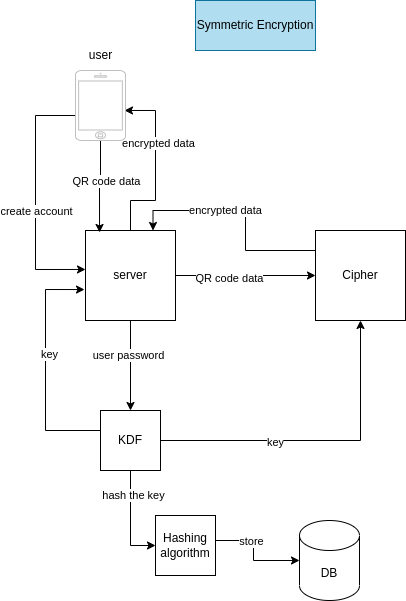
Earlier version of the draw.io export server-side-detailed.drawio.png (qpey/.github). Source tidied: cells renumbered, new cells last; positions are measured from the earlier drawing's top-left corner, leaving out a move shared by most shapes.
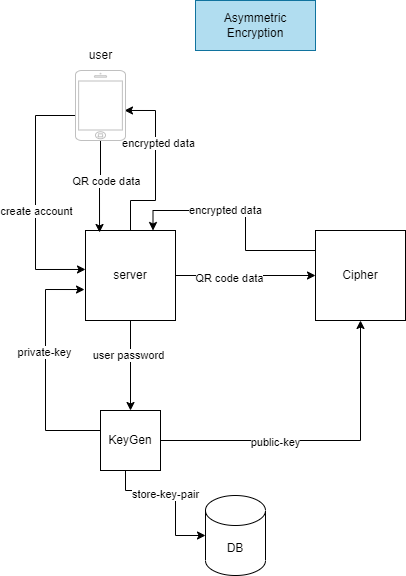
After the commit.

What changed in the source:
```diff
@@ -64,22 +64,30 @@
         </Array>
       </mxGeometry>
     </mxCell>
-    <mxCell id="16" value="key" style="edgeLabel;html=1;align=center;verticalAlign=middle;" parent="15" vertex="1">
-      <mxGeometry x="0.13" y="-3" relative="1" as="geometry" />
-    </mxCell>
+    <mxCell id="30" value="private-key" style="edgeLabel;html=1;align=center;verticalAlign=middle;" parent="15" vertex="1">
+      <mxGeometry x="0.2" y="2" relative="1" as="geometry">
+        <mxPoint y="7" as="offset" />
+      </mxGeometry>
+    </mxCell>
     <mxCell id="17" style="edgeStyle=orthogonalEdgeStyle;rounded=0;jettySize=auto;html=1;entryX=0.5;entryY=1;entryDx=0;entryDy=0;" parent="1" edge="1" source="21" target="24">
       <mxGeometry relative="1" as="geometry" />
     </mxCell>
-    <mxCell id="18" value="key" style="edgeLabel;html=1;align=center;verticalAlign=middle;" parent="17" vertex="1">
+    <mxCell id="18" value="public-key" style="edgeLabel;html=1;align=center;verticalAlign=middle;" parent="17" vertex="1">
       <mxGeometry x="-0.29" y="-1" relative="1" as="geometry" />
     </mxCell>
-    <mxCell id="19" style="edgeStyle=orthogonalEdgeStyle;rounded=0;jettySize=auto;html=1;entryX=0;entryY=0.5;entryDx=0;entryDy=0;" parent="1" edge="1" source="21" target="29">
-      <mxGeometry relative="1" as="geometry" />
-    </mxCell>
-    <mxCell id="20" value="hash the key" style="edgeLabel;html=1;align=center;verticalAlign=middle;" parent="19" vertex="1">
-      <mxGeometry x="-0.52" y="2" relative="1" as="geometry" />
-    </mxCell>
+    <mxCell id="31" style="edgeStyle=orthogonalEdgeStyle;rounded=0;jettySize=auto;html=1;entryX=0;entryY=0.5;entryDx=0;entryDy=0;entryPerimeter=0;" parent="1" edge="1" source="21" target="26">
+      <mxGeometry relative="1" as="geometry">
+        <Array as="points">
+          <mxPoint x="90" y="490" />
+          <mxPoint x="140" y="490" />
+          <mxPoint x="140" y="535" />
+        </Array>
+      </mxGeometry>
+    </mxCell>
+    <mxCell id="32" value="store-key-pair" style="edgeLabel;html=1;align=center;verticalAlign=middle;" parent="31" vertex="1">
+      <mxGeometry x="-0.19" y="-3" relative="1" as="geometry" />
+    </mxCell>
-    <mxCell id="21" value="KDF" style="whiteSpace=wrap;html=1;" parent="1" vertex="1">
+    <mxCell id="21" value="KeyGen" style="whiteSpace=wrap;html=1;" parent="1" vertex="1">
       <mxGeometry x="65" y="410" width="60" height="60" as="geometry" />
     </mxCell>
     <mxCell id="22" style="edgeStyle=orthogonalEdgeStyle;rounded=0;jettySize=auto;html=1;entryX=0.75;entryY=0;entryDx=0;entryDy=0;" parent="1" edge="1" source="24" target="8">
@@ -97,25 +105,11 @@
     <mxCell id="24" value="Cipher" style="whiteSpace=wrap;html=1;" parent="1" vertex="1">
       <mxGeometry x="280" y="230" width="90" height="90" as="geometry" />
     </mxCell>
-    <mxCell id="25" value="Symmetric Encryption" style="rounded=0;whiteSpace=wrap;html=1;fillColor=#b1ddf0;strokeColor=#10739e;" parent="1" vertex="1">
+    <mxCell id="25" value="Asymmetric Encryption" style="rounded=0;whiteSpace=wrap;html=1;fillColor=#b1ddf0;strokeColor=#10739e;" parent="1" vertex="1">
       <mxGeometry x="160" width="120" height="50" as="geometry" />
     </mxCell>
     <mxCell id="26" value="DB" style="shape=cylinder3;whiteSpace=wrap;html=1;boundedLbl=1;backgroundOutline=1;size=15;" parent="1" vertex="1">
-      <mxGeometry x="264" y="520" width="60" height="80" as="geometry" />
+      <mxGeometry x="170" y="495" width="60" height="80" as="geometry" />
     </mxCell>
-    <mxCell id="27" style="edgeStyle=orthogonalEdgeStyle;rounded=0;jettySize=auto;html=1;entryX=0;entryY=0.5;entryDx=0;entryDy=0;entryPerimeter=0;" parent="1" edge="1" source="29" target="26">
-      <mxGeometry relative="1" as="geometry">
-        <Array as="points">
-          <mxPoint x="218" y="540" />
-          <mxPoint x="218" y="560" />
-        </Array>
-      </mxGeometry>
-    </mxCell>
-    <mxCell id="28" value="store" style="edgeLabel;html=1;align=center;verticalAlign=middle;" parent="27" vertex="1">
-      <mxGeometry x="-0.32" relative="1" as="geometry" />
-    </mxCell>
-    <mxCell id="29" value="Hashing algorithm" style="whiteSpace=wrap;html=1;" parent="1" vertex="1">
-      <mxGeometry x="120" y="515" width="60" height="60" as="geometry" />
-    </mxCell>
   </root>
 </mxGraphModel>
```
